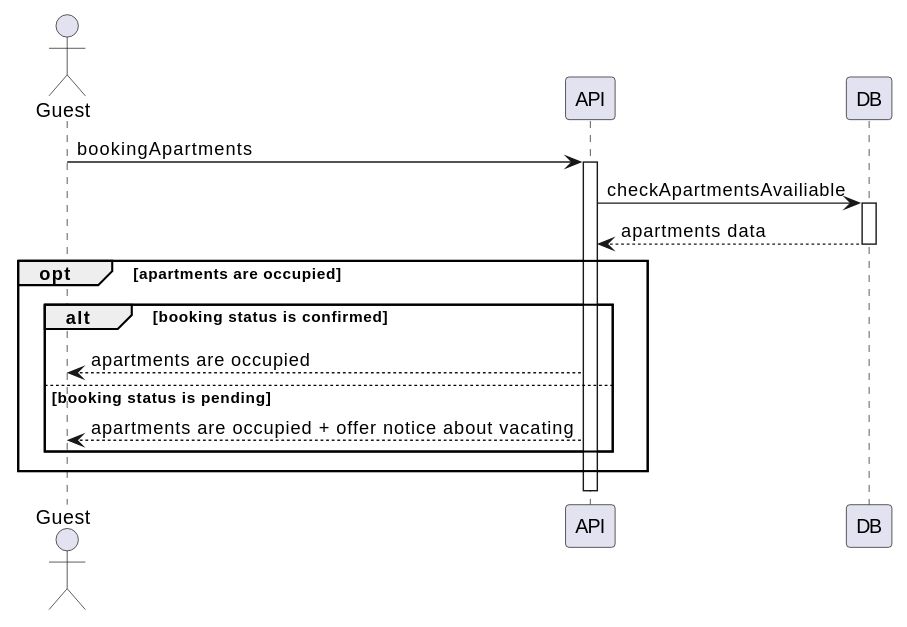
Earlier version of the PlantUML export lab3/sequence-3.svg (opvlad/kpi-mavpz). The source it was exported from:
```plantuml
@startuml
actor Guest as guest

guest -> API : bookingApartments
activate API

API -> DB : checkApartmentsAvailiable
activate DB
DB --> API : apartments data
deactivate DB

opt apartments are occupied
alt booking status is confirmed
API --> guest : apartments are occupied
else booking status is pending
API --> guest : apartments are occupied + offer notice about vacating
end
end
deactivate API
@enduml
```
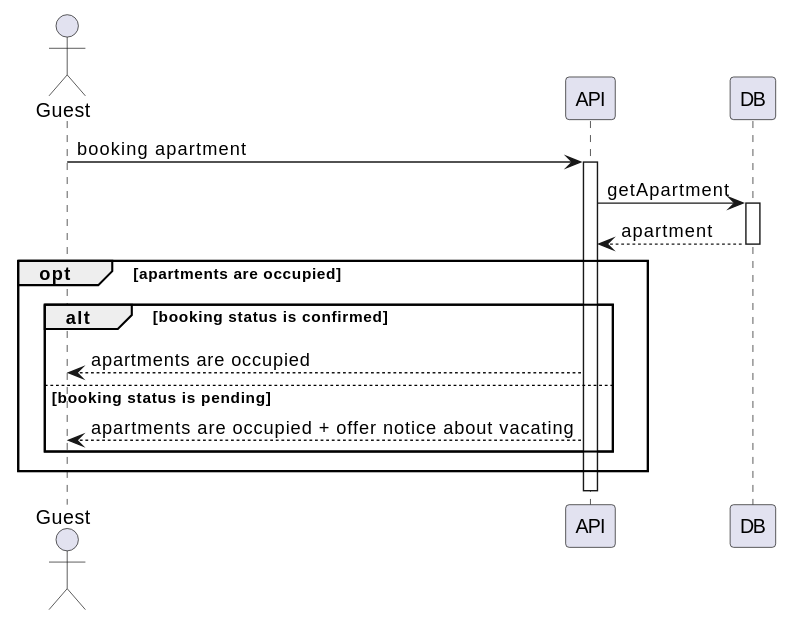
After the change.

What changed in the source:
```diff
@@ -1,12 +1,12 @@
 @startuml
 actor Guest as guest
 
-guest -> API : bookingApartments
+guest -> API : booking apartment
 activate API
 
-API -> DB : checkApartmentsAvailiable
+API -> DB : getApartment
 activate DB
-DB --> API : apartments data
+DB --> API : apartment
 deactivate DB
 
 opt apartments are occupied
```
